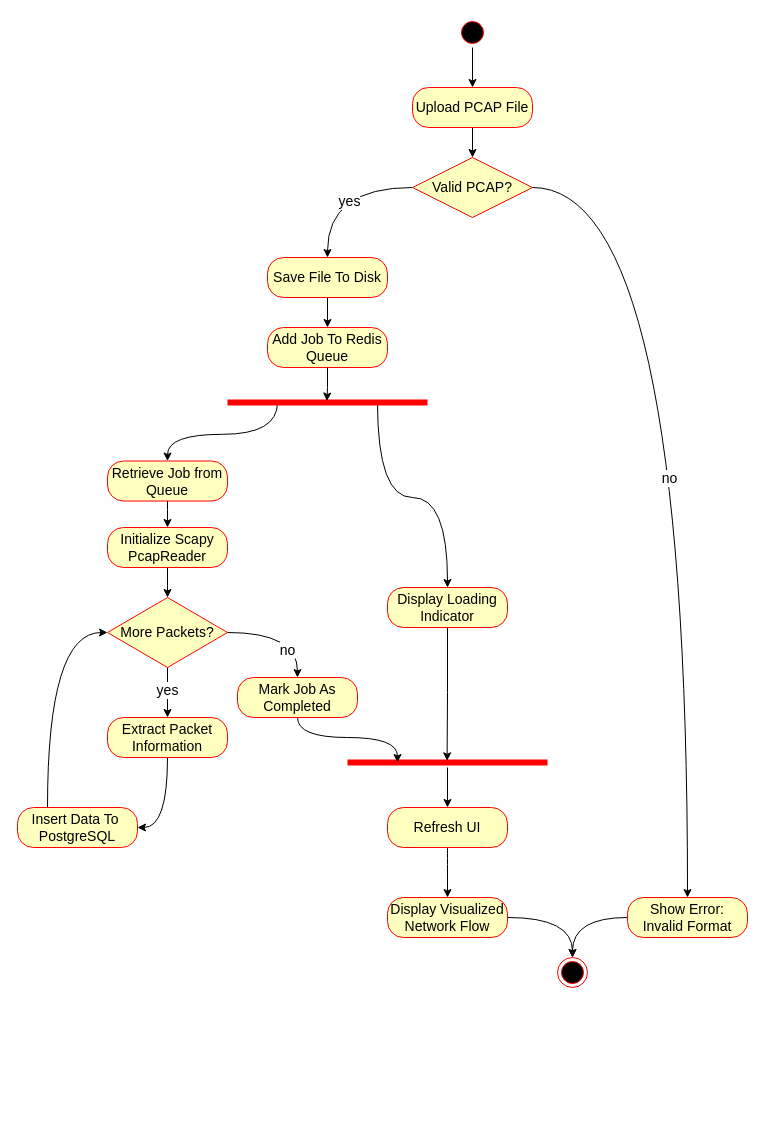
Earlier version of the draw.io diagram doc/WebShark_Activity.drawio (Zabuelis/WebShark). Source tidied: cells renumbered, new cells numbered last; positions are measured from the earlier drawing's top-left corner, leaving out a move shared by most shapes. Both pictures are drawn from the tidied source at 100%, with x=0, y=0 at pixel (17, 17).
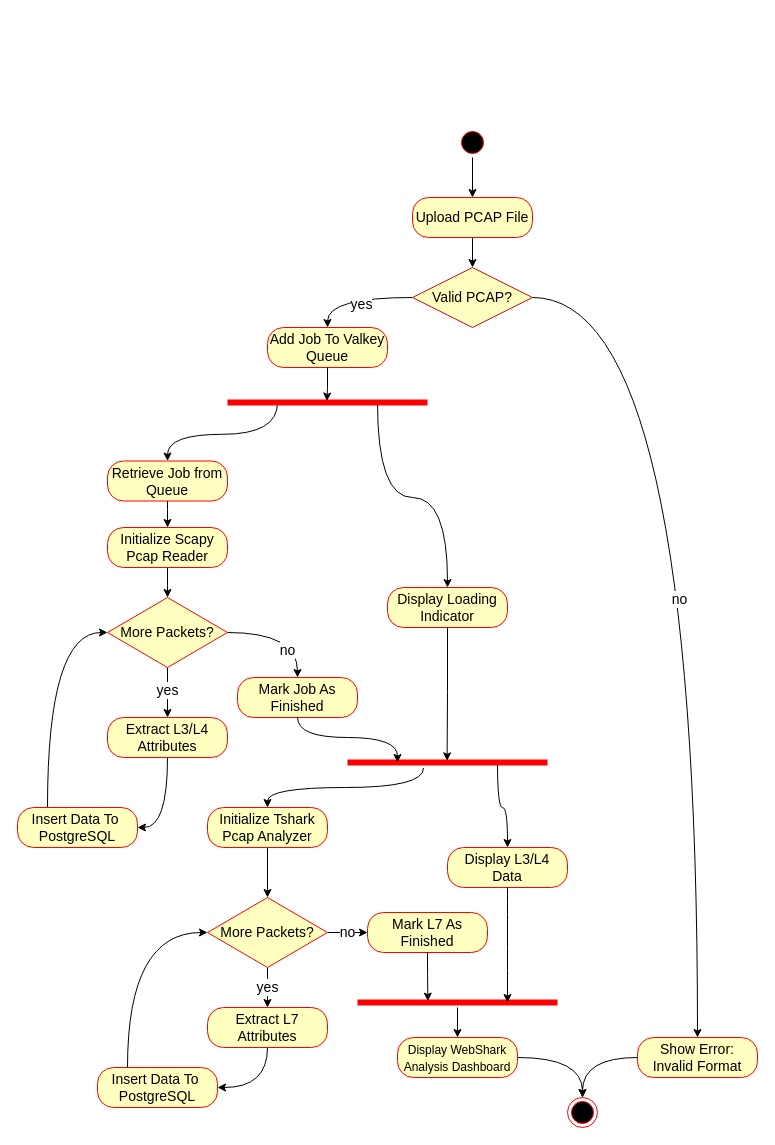
Above is the later version.

Commit message (it also covers changes not shown here):
update activity diagram

The change refers to these unchanged cells:
```xml
<mxCell id="37" style="shape=line;html=1;strokeWidth=6;strokeColor=#ff0000;" parent="1" vertex="1">
  <mxGeometry x="330" y="740" width="200" height="10" as="geometry" />
</mxCell>
```

Diff of the diagram source:
```diff
@@
     <mxCell id="3" style="ellipse;html=1;shape=startState;fillColor=#000000;strokeColor=#ff0000;fontSize=14;" parent="1" vertex="1">
-      <mxGeometry x="440" width="30" height="30" as="geometry" />
+      <mxGeometry x="440" y="110" width="30" height="30" as="geometry" />
     </mxCell>
     <mxCell id="4" style="ellipse;html=1;shape=endState;fillColor=#000000;strokeColor=#ff0000;fontSize=14;" parent="1" vertex="1">
-      <mxGeometry x="540" y="940" width="30" height="30" as="geometry" />
+      <mxGeometry x="550" y="1080" width="30" height="30" as="geometry" />
     </mxCell>
@@
     <mxCell id="6" value="Upload PCAP File" style="rounded=1;whiteSpace=wrap;html=1;arcSize=40;fontColor=#000000;fillColor=#ffffc0;strokeColor=#ff0000;fontSize=14;" parent="1" vertex="1">
-      <mxGeometry x="395" y="70" width="120" height="40" as="geometry" />
+      <mxGeometry x="395" y="180" width="120" height="40" as="geometry" />
     </mxCell>
@@
-    <mxCell id="9" style="edgeStyle=orthogonalEdgeStyle;rounded=0;jettySize=auto;html=1;entryX=0.5;entryY=0;entryDx=0;entryDy=0;curved=1;fontSize=14;" parent="1" edge="1" source="11" target="15">
-      <mxGeometry relative="1" as="geometry" />
-    </mxCell>
+    <mxCell id="44" style="edgeStyle=orthogonalEdgeStyle;rounded=0;jettySize=auto;html=1;exitX=0;exitY=0.5;exitDx=0;exitDy=0;entryX=0.5;entryY=0;entryDx=0;entryDy=0;curved=1;" parent="1" edge="1" source="11" target="16">
+      <mxGeometry relative="1" as="geometry" />
+    </mxCell>
-    <mxCell id="10" value="yes" style="edgeLabel;html=1;align=center;verticalAlign=middle;fontSize=14;" parent="9" vertex="1">
-      <mxGeometry x="0.26" y="21" relative="1" as="geometry" />
+    <mxCell id="10" value="yes" style="edgeLabel;html=1;align=center;verticalAlign=middle;fontSize=14;" parent="44" vertex="1">
+      <mxGeometry x="-0.09" y="6" relative="1" as="geometry" />
     </mxCell>
     <mxCell id="11" value="Valid PCAP?" style="rhombus;whiteSpace=wrap;html=1;fontColor=#000000;fillColor=#ffffc0;strokeColor=#ff0000;fontSize=14;" parent="1" vertex="1">
-      <mxGeometry x="395" y="140" width="120" height="60" as="geometry" />
+      <mxGeometry x="395" y="250" width="120" height="60" as="geometry" />
     </mxCell>
@@
     <mxCell id="13" value="Show Error: Invalid Format" style="rounded=1;whiteSpace=wrap;html=1;arcSize=40;fontColor=#000000;fillColor=#ffffc0;strokeColor=#ff0000;fontSize=14;" parent="1" vertex="1">
-      <mxGeometry x="610" y="880" width="120" height="40" as="geometry" />
+      <mxGeometry x="620" y="1020" width="120" height="40" as="geometry" />
     </mxCell>
-    <mxCell id="14" style="edgeStyle=orthogonalEdgeStyle;rounded=0;jettySize=auto;html=1;entryX=0.5;entryY=0;entryDx=0;entryDy=0;" parent="1" edge="1" source="15" target="16">
-      <mxGeometry relative="1" as="geometry" />
-    </mxCell>
-    <mxCell id="15" value="Save File To Disk" style="rounded=1;whiteSpace=wrap;html=1;arcSize=40;fontColor=#000000;fillColor=#ffffc0;strokeColor=#ff0000;fontSize=14;" parent="1" vertex="1">
-      <mxGeometry x="250" y="240" width="120" height="40" as="geometry" />
-    </mxCell>
-    <mxCell id="16" value="Add Job To Redis Queue" style="rounded=1;whiteSpace=wrap;html=1;arcSize=40;fontColor=#000000;fillColor=#ffffc0;strokeColor=#ff0000;fontSize=14;" parent="1" vertex="1">
+    <mxCell id="16" value="Add Job To Valkey Queue" style="rounded=1;whiteSpace=wrap;html=1;arcSize=40;fontColor=#000000;fillColor=#ffffc0;strokeColor=#ff0000;fontSize=14;" parent="1" vertex="1">
       <mxGeometry x="250" y="310" width="120" height="40" as="geometry" />
     </mxCell>
@@
-    <mxCell id="18" style="edgeStyle=orthogonalEdgeStyle;rounded=0;jettySize=auto;html=1;curved=1;fontSize=14;" parent="1" edge="1" source="19" target="35">
-      <mxGeometry relative="1" as="geometry" />
-    </mxCell>
-    <mxCell id="19" value="Refresh UI" style="rounded=1;whiteSpace=wrap;html=1;arcSize=40;fontColor=#000000;fillColor=#ffffc0;strokeColor=#ff0000;fontSize=14;" parent="1" vertex="1">
-      <mxGeometry x="370" y="790" width="120" height="40" as="geometry" />
+    <mxCell id="19" value="Display L3/L4 Data" style="rounded=1;whiteSpace=wrap;html=1;arcSize=40;fontColor=#000000;fillColor=#ffffc0;strokeColor=#ff0000;fontSize=14;" parent="1" vertex="1">
+      <mxGeometry x="430" y="830" width="120" height="40" as="geometry" />
     </mxCell>
@@
-    <mxCell id="23" value="Initialize Scapy PcapReader" style="rounded=1;whiteSpace=wrap;html=1;arcSize=40;fontColor=#000000;fillColor=#ffffc0;strokeColor=#ff0000;fontSize=14;" parent="1" vertex="1">
+    <mxCell id="23" value="&lt;font style=&quot;font-size: 14px;&quot;&gt;Initialize Scapy Pcap Reader&lt;/font&gt;" style="rounded=1;whiteSpace=wrap;html=1;arcSize=40;fontColor=#000000;fillColor=#ffffc0;strokeColor=#ff0000;fontSize=14;" parent="1" vertex="1">
       <mxGeometry x="90" y="510" width="120" height="40" as="geometry" />
     </mxCell>
@@
-    <mxCell id="29" value="Mark Job As Completed" style="rounded=1;whiteSpace=wrap;html=1;arcSize=40;fontColor=#000000;fillColor=#ffffc0;strokeColor=#ff0000;fontSize=14;" parent="1" vertex="1">
+    <mxCell id="29" value="Mark Job As Finished" style="rounded=1;whiteSpace=wrap;html=1;arcSize=40;fontColor=#000000;fillColor=#ffffc0;strokeColor=#ff0000;fontSize=14;" parent="1" vertex="1">
       <mxGeometry x="220" y="660" width="120" height="40" as="geometry" />
     </mxCell>
@@
-    <mxCell id="31" value="Extract Packet Information" style="rounded=1;whiteSpace=wrap;html=1;arcSize=40;fontColor=#000000;fillColor=#ffffc0;strokeColor=#ff0000;fontSize=14;" parent="1" vertex="1">
+    <mxCell id="31" value="Extract L3/L4 Attributes" style="rounded=1;whiteSpace=wrap;html=1;arcSize=40;fontColor=#000000;fillColor=#ffffc0;strokeColor=#ff0000;fontSize=14;" parent="1" vertex="1">
       <mxGeometry x="90" y="700" width="120" height="40" as="geometry" />
     </mxCell>
@@
-    <mxCell id="35" value="Display Visualized Network Flow" style="rounded=1;whiteSpace=wrap;html=1;arcSize=40;fontColor=#000000;fillColor=#ffffc0;strokeColor=#ff0000;fontSize=14;" parent="1" vertex="1">
-      <mxGeometry x="370" y="880" width="120" height="40" as="geometry" />
+    <mxCell id="35" value="&lt;font style=&quot;font-size: 12px;&quot;&gt;Display WebShark Analysis Dashboard&lt;/font&gt;" style="rounded=1;whiteSpace=wrap;html=1;arcSize=40;fontColor=#000000;fillColor=#ffffc0;strokeColor=#ff0000;fontSize=14;" parent="1" vertex="1">
+      <mxGeometry x="380" y="1020" width="120" height="40" as="geometry" />
     </mxCell>
+    <mxCell id="45" style="edgeStyle=orthogonalEdgeStyle;rounded=0;jettySize=auto;html=1;exitX=0.38;exitY=1.05;exitDx=0;exitDy=0;exitPerimeter=0;entryX=0.5;entryY=0;entryDx=0;entryDy=0;curved=1;" parent="1" edge="1" source="37" target="47">
+      <mxGeometry relative="1" as="geometry" />
+    </mxCell>
-    <mxCell id="36" style="edgeStyle=orthogonalEdgeStyle;rounded=0;jettySize=auto;html=1;entryX=0.5;entryY=0;entryDx=0;entryDy=0;" parent="1" edge="1" source="37" target="19">
+    <mxCell id="36" style="edgeStyle=orthogonalEdgeStyle;rounded=0;jettySize=auto;html=1;exitX=0.75;exitY=0.5;exitDx=0;exitDy=0;exitPerimeter=0;entryX=0.5;entryY=0;entryDx=0;entryDy=0;curved=1;" parent="1" edge="1" source="37" target="19">
       <mxGeometry relative="1" as="geometry" />
     </mxCell>
@@
+    <mxCell id="46" style="edgeStyle=orthogonalEdgeStyle;rounded=0;jettySize=auto;html=1;exitX=0.5;exitY=1;exitDx=0;exitDy=0;entryX=0.5;entryY=0;entryDx=0;entryDy=0;" parent="1" edge="1" source="47" target="50">
+      <mxGeometry relative="1" as="geometry" />
+    </mxCell>
+    <mxCell id="47" value="&lt;font style=&quot;font-size: 14px;&quot;&gt;Initialize Tshark Pcap Analyzer&lt;/font&gt;" style="rounded=1;whiteSpace=wrap;html=1;arcSize=40;fontColor=#000000;fillColor=#ffffc0;strokeColor=#ff0000;fontSize=14;" parent="1" vertex="1">
+      <mxGeometry x="190" y="790" width="120" height="40" as="geometry" />
+    </mxCell>
+    <mxCell id="48" value="yes" style="edgeStyle=orthogonalEdgeStyle;rounded=0;jettySize=auto;html=1;exitX=0.5;exitY=1;exitDx=0;exitDy=0;entryX=0.5;entryY=0;entryDx=0;entryDy=0;fontSize=14;" parent="1" edge="1" source="50" target="52">
+      <mxGeometry relative="1" as="geometry" />
+    </mxCell>
+    <mxCell id="49" value="no" style="edgeStyle=orthogonalEdgeStyle;rounded=0;jettySize=auto;html=1;exitX=1;exitY=0.5;exitDx=0;exitDy=0;entryX=0;entryY=0.5;entryDx=0;entryDy=0;fontSize=14;" parent="1" edge="1" source="50" target="55">
+      <mxGeometry relative="1" as="geometry" />
+    </mxCell>
+    <mxCell id="50" value="More Packets?" style="rhombus;whiteSpace=wrap;html=1;fontColor=#000000;fillColor=#ffffc0;strokeColor=#ff0000;fontSize=14;" parent="1" vertex="1">
+      <mxGeometry x="190" y="880" width="120" height="70" as="geometry" />
+    </mxCell>
+    <mxCell id="51" style="edgeStyle=orthogonalEdgeStyle;rounded=0;jettySize=auto;html=1;entryX=1;entryY=0.5;entryDx=0;entryDy=0;curved=1;" parent="1" edge="1" source="52" target="54">
+      <mxGeometry relative="1" as="geometry" />
+    </mxCell>
+    <mxCell id="52" value="Extract L7 Attributes" style="rounded=1;whiteSpace=wrap;html=1;arcSize=40;fontColor=#000000;fillColor=#ffffc0;strokeColor=#ff0000;fontSize=14;" parent="1" vertex="1">
+      <mxGeometry x="190" y="990" width="120" height="40" as="geometry" />
+    </mxCell>
+    <mxCell id="53" style="edgeStyle=orthogonalEdgeStyle;rounded=0;jettySize=auto;html=1;exitX=0.25;exitY=0;exitDx=0;exitDy=0;entryX=0;entryY=0.5;entryDx=0;entryDy=0;curved=1;" parent="1" edge="1" source="54" target="50">
+      <mxGeometry relative="1" as="geometry" />
+    </mxCell>
+    <mxCell id="54" value="Insert Data To&amp;nbsp;&lt;br&gt;PostgreSQL" style="rounded=1;whiteSpace=wrap;html=1;arcSize=40;fontColor=#000000;fillColor=#ffffc0;strokeColor=#ff0000;fontSize=14;" parent="1" vertex="1">
+      <mxGeometry x="80" y="1050" width="120" height="40" as="geometry" />
+    </mxCell>
+    <mxCell id="55" value="Mark L7 As Finished" style="rounded=1;whiteSpace=wrap;html=1;arcSize=40;fontColor=#000000;fillColor=#ffffc0;strokeColor=#ff0000;fontSize=14;" parent="1" vertex="1">
+      <mxGeometry x="350" y="895" width="120" height="40" as="geometry" />
+    </mxCell>
+    <mxCell id="56" style="edgeStyle=orthogonalEdgeStyle;rounded=0;jettySize=auto;html=1;entryX=0.5;entryY=0;entryDx=0;entryDy=0;" parent="1" edge="1" source="57" target="35">
+      <mxGeometry relative="1" as="geometry" />
+    </mxCell>
+    <mxCell id="57" style="shape=line;html=1;strokeWidth=6;strokeColor=#ff0000;" parent="1" vertex="1">
+      <mxGeometry x="340" y="980" width="200" height="10" as="geometry" />
+    </mxCell>
+    <mxCell id="58" style="edgeStyle=orthogonalEdgeStyle;rounded=0;jettySize=auto;html=1;exitX=0.5;exitY=1;exitDx=0;exitDy=0;entryX=0.352;entryY=0.365;entryDx=0;entryDy=0;entryPerimeter=0;curved=1;" parent="1" edge="1" source="55" target="57">
+      <mxGeometry relative="1" as="geometry" />
+    </mxCell>
+    <mxCell id="59" style="edgeStyle=orthogonalEdgeStyle;rounded=0;jettySize=auto;html=1;exitX=0.5;exitY=1;exitDx=0;exitDy=0;entryX=0.75;entryY=0.5;entryDx=0;entryDy=0;entryPerimeter=0;curved=1;" parent="1" edge="1" source="19" target="57">
+      <mxGeometry relative="1" as="geometry" />
+    </mxCell>
```
